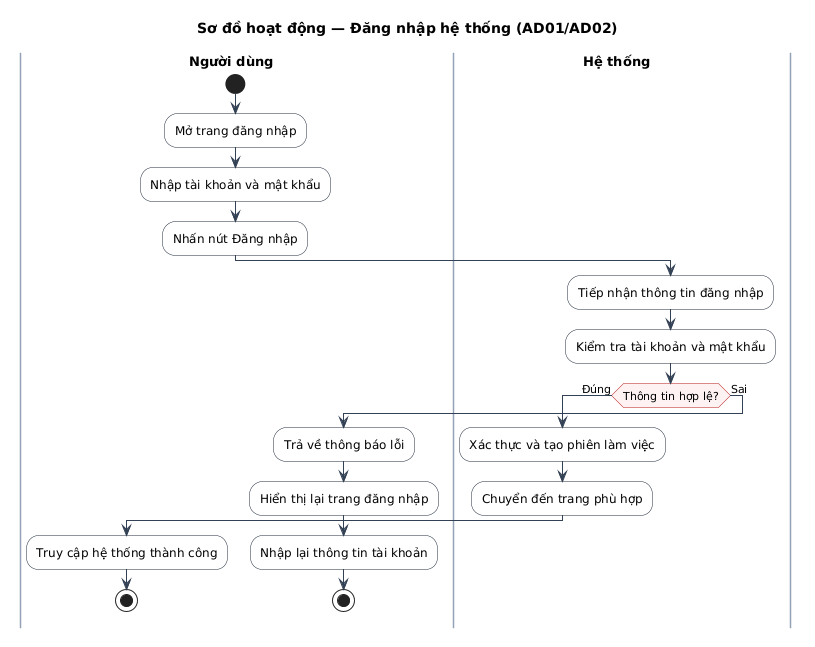
Above: docs/diagrams/activity/AD01_DANG_NHAP.png in dungtttd01702-coder/vamos-store (PlantUML), before the change. The source it was exported from:
```plantuml
@startuml
title Sơ đồ hoạt động — Đăng nhập hệ thống (AD01/AD02)

skinparam defaultFontName "Arial"
skinparam defaultFontSize 12
skinparam ActivityFontSize 12
skinparam ActivityBorderColor #1e293b
skinparam ActivityBackgroundColor #ffffff
skinparam ActivityDiamondBorderColor #b91c1c
skinparam ActivityDiamondBackgroundColor #fef2f2
skinparam ActivityDiamondFontSize 11
skinparam ArrowColor #334155
skinparam ArrowFontSize 11
skinparam SwimlaneTitleFontSize 13
skinparam SwimlaneTitleFontStyle bold
skinparam SwimlaneBorderColor #94a3b8
skinparam SwimlaneWidth same

|Người dùng|
start
:Mở trang đăng nhập;
:Nhập tài khoản và mật khẩu;
:Nhấn nút Đăng nhập;

|Hệ thống|
:Tiếp nhận thông tin đăng nhập;
:Kiểm tra tài khoản và mật khẩu;
if (Thông tin hợp lệ?) then (Đúng)
  :Xác thực và tạo phiên làm việc;
  :Chuyển đến trang phù hợp;
  |Người dùng|
  :Truy cập hệ thống thành công;
  stop
else (Sai)
  :Trả về thông báo lỗi;
  :Hiển thị lại trang đăng nhập;
  |Người dùng|
  :Nhập lại thông tin tài khoản;
  stop
endif
@enduml
```
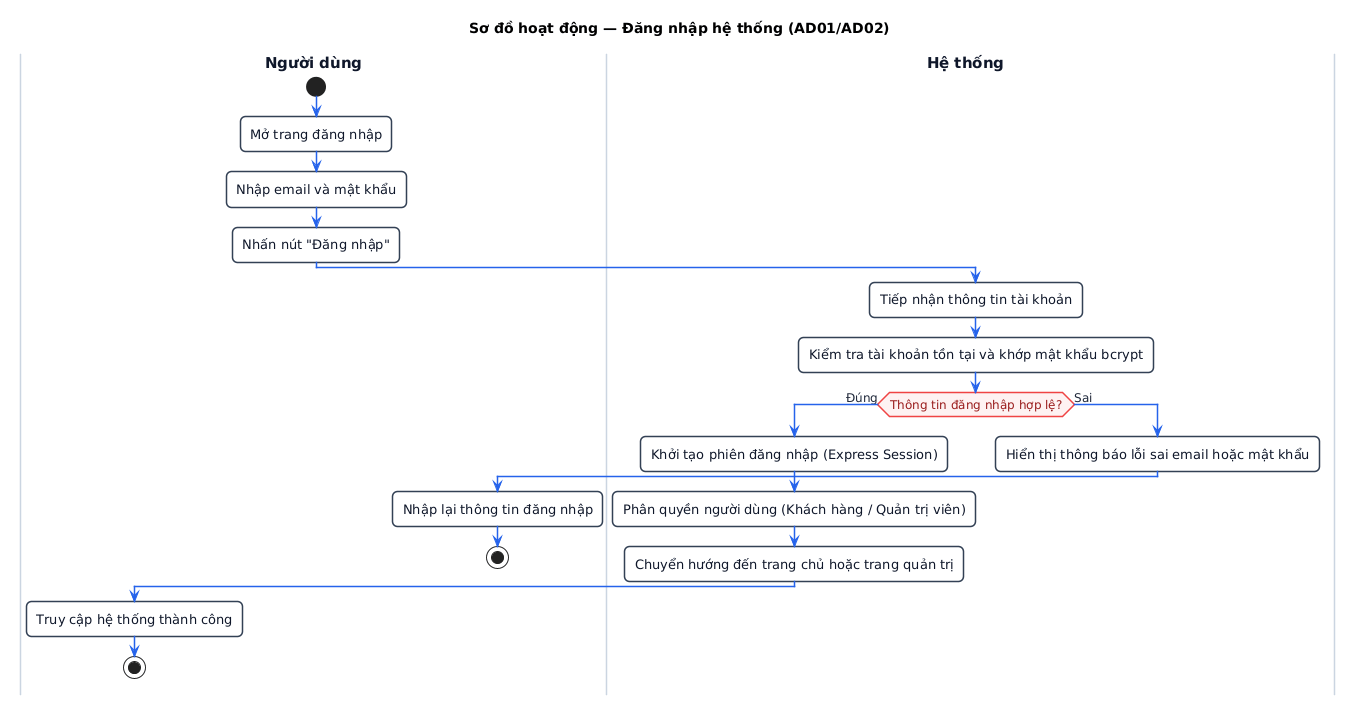
After the commit.

What changed in the source:
```diff
@@ -1,41 +1,58 @@
 @startuml
 title Sơ đồ hoạt động — Đăng nhập hệ thống (AD01/AD02)
 
-skinparam defaultFontName "Arial"
-skinparam defaultFontSize 12
-skinparam ActivityFontSize 12
-skinparam ActivityBorderColor #1e293b
+skinparam defaultFontName "Segoe UI, Arial, sans-serif"
+skinparam defaultFontSize 13
+skinparam roundCorner 10
+skinparam shadowing false
+
+skinparam ActivityFontSize 13
+skinparam ActivityFontColor #0f172a
+skinparam ActivityBorderColor #334155
+skinparam ActivityBorderThickness 1.5
 skinparam ActivityBackgroundColor #ffffff
-skinparam ActivityDiamondBorderColor #b91c1c
+
+skinparam ActivityDiamondFontSize 12
+skinparam ActivityDiamondFontColor #991b1b
+skinparam ActivityDiamondBorderColor #ef4444
+skinparam ActivityDiamondBorderThickness 1.5
 skinparam ActivityDiamondBackgroundColor #fef2f2
-skinparam ActivityDiamondFontSize 11
-skinparam ArrowColor #334155
-skinparam ArrowFontSize 11
-skinparam SwimlaneTitleFontSize 13
+
+skinparam ArrowColor #2563eb
+skinparam ArrowFontSize 12
+skinparam ArrowFontColor #1e293b
+skinparam ArrowThickness 1.5
+
+skinparam SwimlaneTitleFontSize 15
 skinparam SwimlaneTitleFontStyle bold
-skinparam SwimlaneBorderColor #94a3b8
-skinparam SwimlaneWidth same
+skinparam SwimlaneTitleFontColor #0f172a
+skinparam SwimlaneBorderColor #cbd5e1
+skinparam SwimlaneBorderThickness 1.5
+skinparam SwimlaneWidth 380
 
 |Người dùng|
 start
 :Mở trang đăng nhập;
-:Nhập tài khoản và mật khẩu;
-:Nhấn nút Đăng nhập;
+:Nhập email và mật khẩu;
+:Nhấn nút "Đăng nhập";
 
 |Hệ thống|
-:Tiếp nhận thông tin đăng nhập;
-:Kiểm tra tài khoản và mật khẩu;
-if (Thông tin hợp lệ?) then (Đúng)
-  :Xác thực và tạo phiên làm việc;
-  :Chuyển đến trang phù hợp;
+:Tiếp nhận thông tin tài khoản;
+:Kiểm tra tài khoản tồn tại và khớp mật khẩu bcrypt;
+
+if (Thông tin đăng nhập hợp lệ?) then (Đúng)
+  |Hệ thống|
+  :Khởi tạo phiên đăng nhập (Express Session);
+  :Phân quyền người dùng (Khách hàng / Quản trị viên);
+  :Chuyển hướng đến trang chủ hoặc trang quản trị;
   |Người dùng|
   :Truy cập hệ thống thành công;
   stop
 else (Sai)
-  :Trả về thông báo lỗi;
-  :Hiển thị lại trang đăng nhập;
+  |Hệ thống|
+  :Hiển thị thông báo lỗi sai email hoặc mật khẩu;
   |Người dùng|
-  :Nhập lại thông tin tài khoản;
+  :Nhập lại thông tin đăng nhập;
   stop
 endif
 @enduml
```
